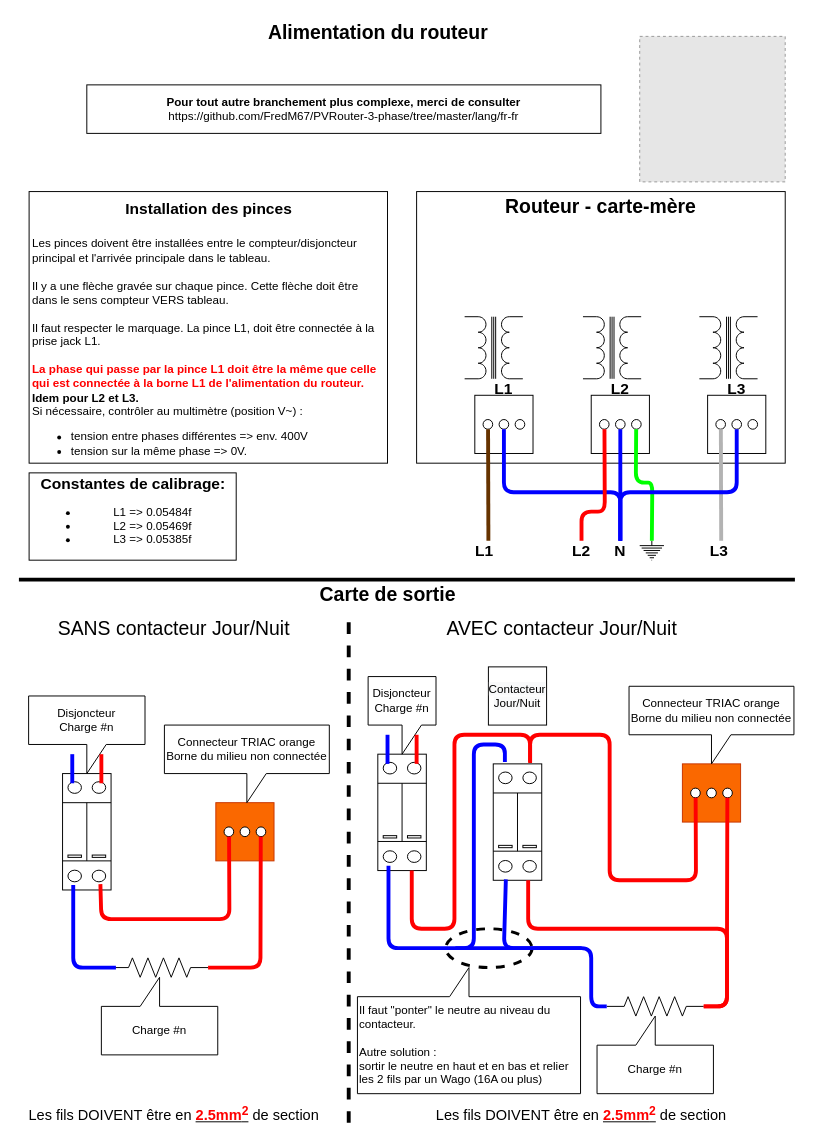
This is docs/HowToInstall.drawio from FredM67/PVRouter-3-phase, a draw.io file, before an edit. Source tidied: cells renumbered, new cells numbered last; positions are measured from the earlier drawing's top-left corner, leaving out a move shared by most shapes. Both pictures are drawn from the tidied source at 97%, with x=0, y=0 at pixel (18, 16). Pictures stored in the file or linked from it are replaced by grey dashed boxes.
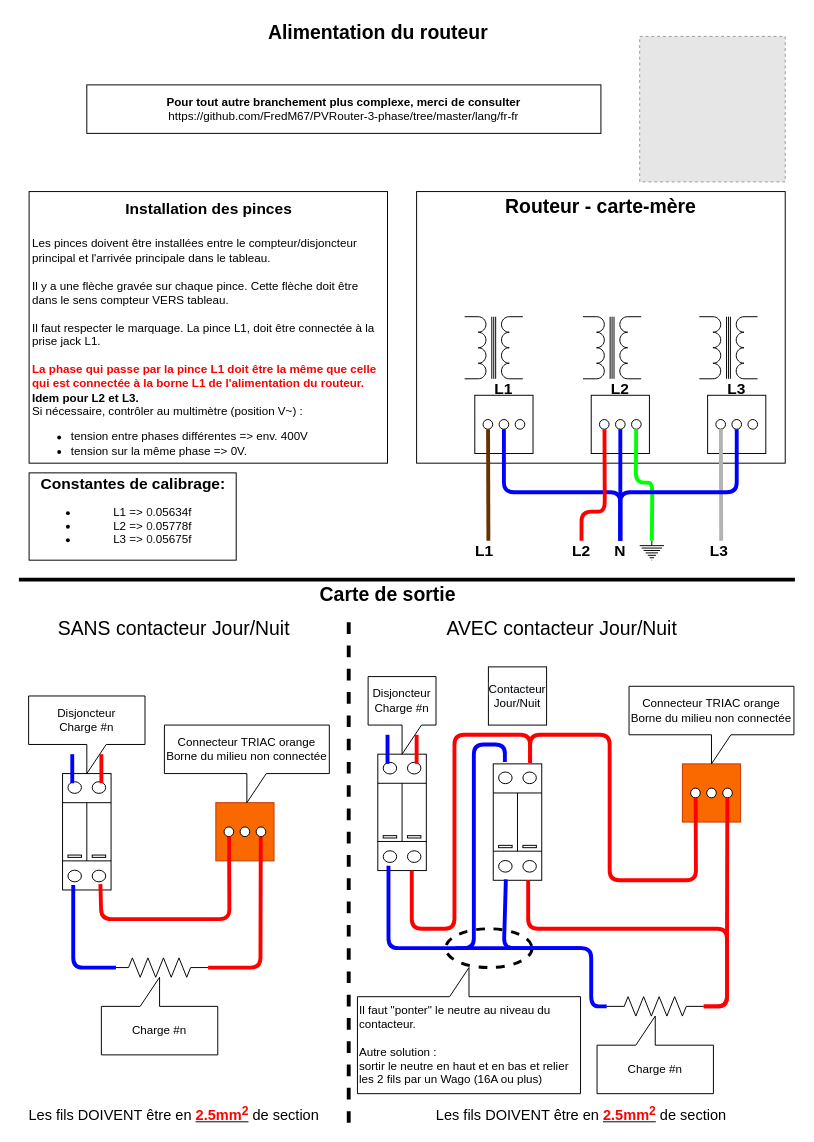
The same page after the edit.

Diff of the diagram source:
```diff
@@
-    <mxCell id="2" value="&lt;b&gt;&lt;font style=&quot;font-size: 16px&quot;&gt;Constantes de calibrage:&lt;/font&gt;&lt;/b&gt;&lt;br&gt;&lt;ul&gt;&lt;li&gt;&lt;span&gt;L1 =&amp;gt;&amp;nbsp;&lt;/span&gt;0.05484f&lt;br&gt;&lt;/li&gt;&lt;li&gt;L2 =&amp;gt; 0.05469f&lt;br&gt;&lt;/li&gt;&lt;li&gt;L3 =&amp;gt; 0.05385f&lt;br&gt;&lt;/li&gt;&lt;/ul&gt;" style="rounded=0;whiteSpace=wrap;html=1;" parent="1" vertex="1">
+    <mxCell id="2" value="&lt;b&gt;&lt;font style=&quot;font-size: 16px&quot;&gt;Constantes de calibrage:&lt;/font&gt;&lt;/b&gt;&lt;br&gt;&lt;ul&gt;&lt;li&gt;&lt;span&gt;L1 =&amp;gt;&amp;nbsp;&lt;/span&gt;&lt;span style=&quot;color: rgb(36 , 41 , 46) ; font-family: , &amp;#34;consolas&amp;#34; , &amp;#34;liberation mono&amp;#34; , &amp;#34;menlo&amp;#34; , monospace ; background-color: rgb(255 , 255 , 255)&quot;&gt;0.&lt;/span&gt;&lt;span class=&quot;pl-c1&quot; style=&quot;box-sizing: border-box ; font-family: , &amp;#34;consolas&amp;#34; , &amp;#34;liberation mono&amp;#34; , &amp;#34;menlo&amp;#34; , monospace ; background-color: rgb(255 , 255 , 255)&quot;&gt;05634f&lt;/span&gt;&lt;br&gt;&lt;/li&gt;&lt;li&gt;L2 =&amp;gt;&amp;nbsp;&lt;span style=&quot;color: rgb(36 , 41 , 46) ; font-family: , &amp;#34;consolas&amp;#34; , &amp;#34;liberation mono&amp;#34; , &amp;#34;menlo&amp;#34; , monospace ; background-color: rgb(255 , 255 , 255)&quot;&gt;0.&lt;/span&gt;&lt;span class=&quot;pl-c1&quot; style=&quot;box-sizing: border-box ; font-family: , &amp;#34;consolas&amp;#34; , &amp;#34;liberation mono&amp;#34; , &amp;#34;menlo&amp;#34; , monospace ; background-color: rgb(255 , 255 , 255)&quot;&gt;05778f&lt;/span&gt;&lt;br&gt;&lt;/li&gt;&lt;li&gt;L3 =&amp;gt;&amp;nbsp;&lt;span style=&quot;color: rgb(36 , 41 , 46) ; font-family: , &amp;#34;consolas&amp;#34; , &amp;#34;liberation mono&amp;#34; , &amp;#34;menlo&amp;#34; , monospace ; background-color: rgb(255 , 255 , 255)&quot;&gt;0.&lt;/span&gt;&lt;span class=&quot;pl-c1&quot; style=&quot;box-sizing: border-box ; font-family: , &amp;#34;consolas&amp;#34; , &amp;#34;liberation mono&amp;#34; , &amp;#34;menlo&amp;#34; , monospace ; background-color: rgb(255 , 255 , 255)&quot;&gt;05675f&lt;/span&gt;&lt;br&gt;&lt;/li&gt;&lt;/ul&gt;" style="rounded=0;whiteSpace=wrap;html=1;" parent="1" vertex="1">
       <mxGeometry x="10.5" y="470" width="213.5" height="90" as="geometry" />
     </mxCell>
```
